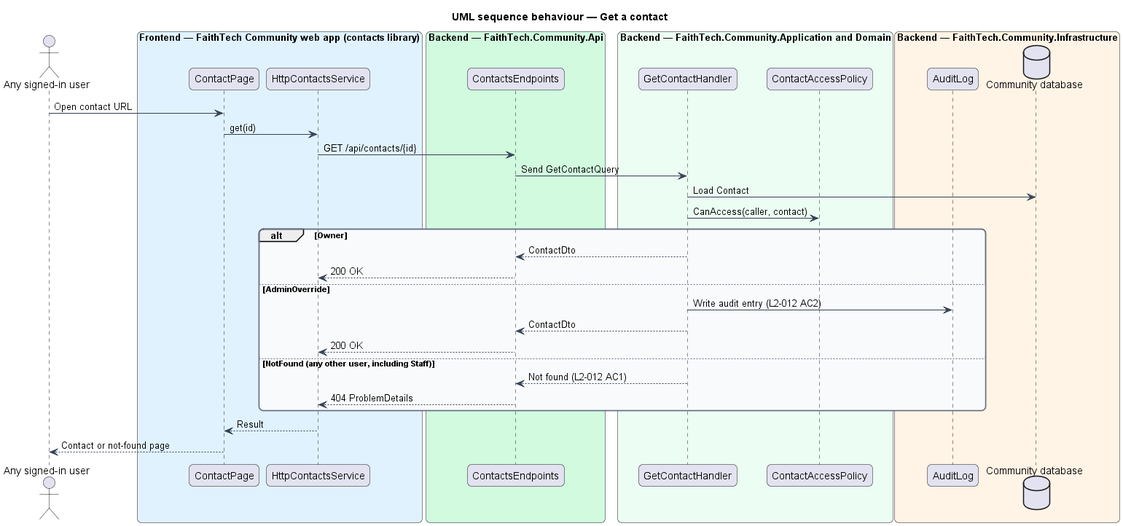
QuinntyneBrown/faithtech-community keeps this PlantUML diagram as docs/detailed-designs/contacts/manage-contacts/diagrams/sequence-get-contact.png. Above is the earlier version.
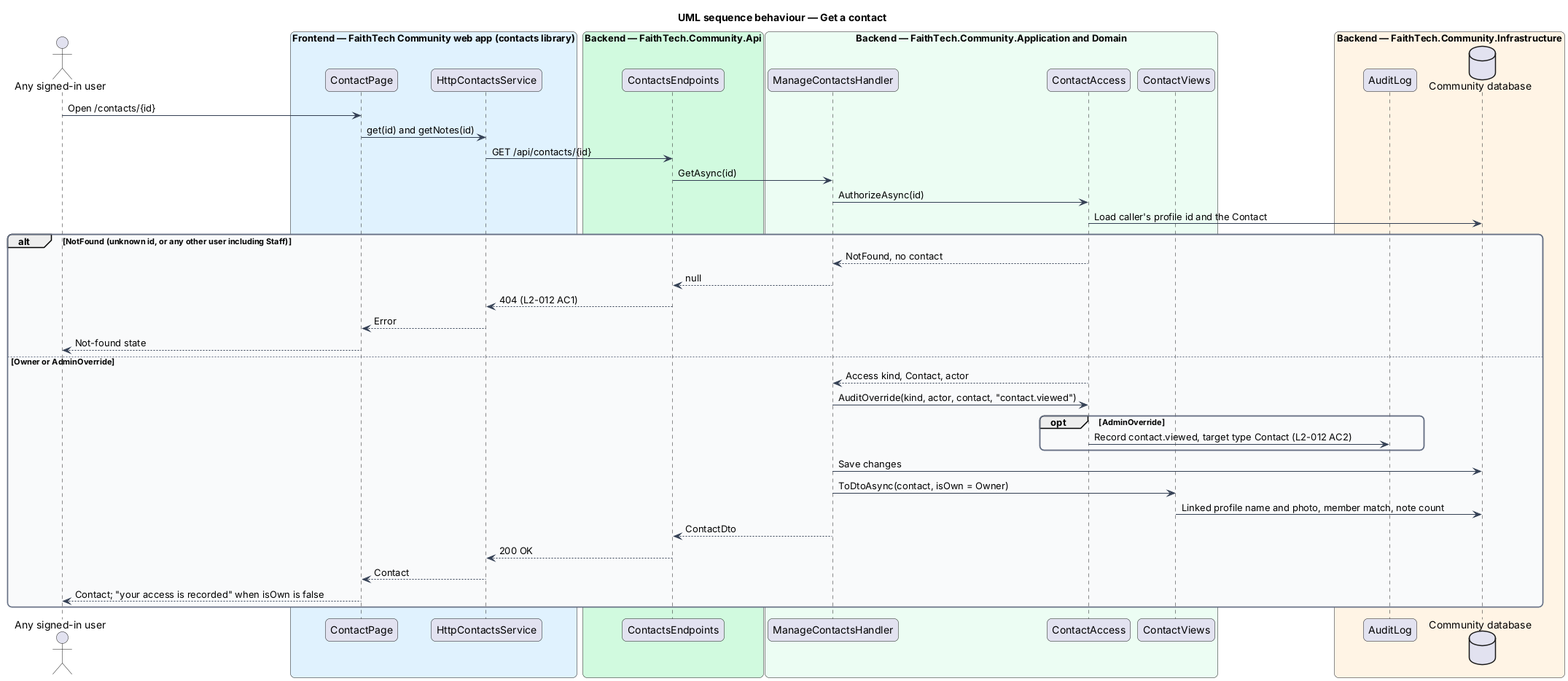
Later version of the same file.

The edit, as a diff of the source:
```diff
@@ -23,30 +23,38 @@
   participant "ContactsEndpoints" as ep
 end box
 box "Backend — FaithTech.Community.Application and Domain" #ECFDF3
-  participant "GetContactHandler" as h
-  participant "ContactAccessPolicy" as pol
+  participant "ManageContactsHandler" as h
+  participant "ContactAccess" as acc
+  participant "ContactViews" as views
 end box
 box "Backend — FaithTech.Community.Infrastructure" #FFF4E5
   participant "AuditLog" as audit
   database "Community database" as db
 end box
-actor -> page : Open contact URL
-page -> svc : get(id)
+actor -> page : Open /contacts/{id}
+page -> svc : get(id) and getNotes(id)
 svc -> ep : GET /api/contacts/{id}
-ep -> h : Send GetContactQuery
-h -> db : Load Contact
-h -> pol : CanAccess(caller, contact)
-alt Owner
+ep -> h : GetAsync(id)
+h -> acc : AuthorizeAsync(id)
+acc -> db : Load caller's profile id and the Contact
+alt NotFound (unknown id, or any other user including Staff)
+  acc --> h : NotFound, no contact
+  h --> ep : null
+  ep --> svc : 404 (L2-012 AC1)
+  svc --> page : Error
+  page --> actor : Not-found state
+else Owner or AdminOverride
+  acc --> h : Access kind, Contact, actor
+  h -> acc : AuditOverride(kind, actor, contact, "contact.viewed")
+  opt AdminOverride
+    acc -> audit : Record contact.viewed, target type Contact (L2-012 AC2)
+  end
+  h -> db : Save changes
+  h -> views : ToDtoAsync(contact, isOwn = Owner)
+  views -> db : Linked profile name and photo, member match, note count
   h --> ep : ContactDto
   ep --> svc : 200 OK
-else AdminOverride
-  h -> audit : Write audit entry (L2-012 AC2)
-  h --> ep : ContactDto
-  ep --> svc : 200 OK
-else NotFound (any other user, including Staff)
-  h --> ep : Not found (L2-012 AC1)
-  ep --> svc : 404 ProblemDetails
+  svc --> page : Contact
+  page --> actor : Contact; "your access is recorded" when isOwn is false
 end
-svc --> page : Result
-page --> actor : Contact or not-found page
 @enduml
```
